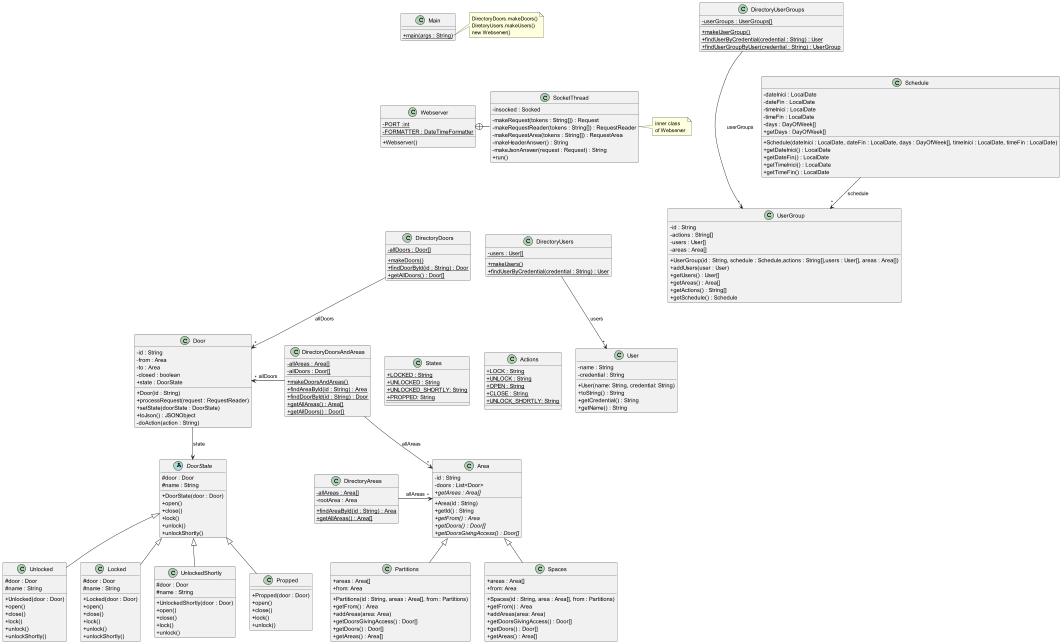
Above: out/production/acs/baseNoStates/uml/base_no_states.png in MC4MP02/ACS (PlantUML), before the change.
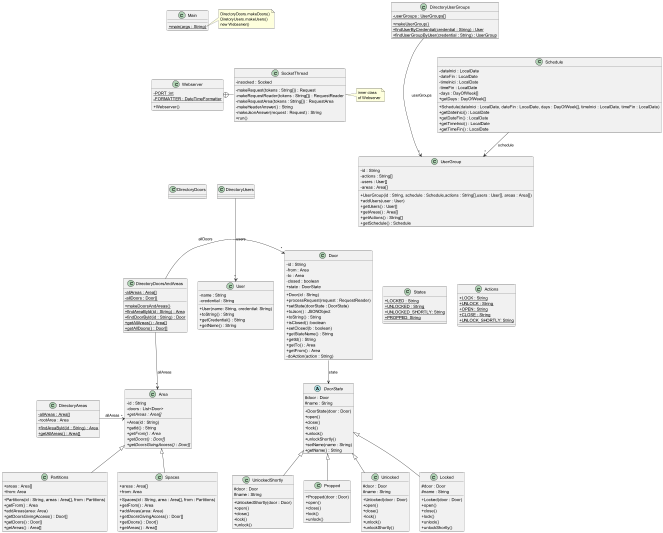
Later version of the same file.

What changed in the source:
```diff
@@ -23,21 +23,6 @@
 inner class
 of Webserver
 end note
-
-class DirectoryDoors {
-- {static} allDoors : Door[]
-+ {static} makeDoors()
-+ {static} findDoorById(id : String) : Door
-+ {static} getAllDoors() : Door[]
-}
-
-DirectoryDoors --> "*" Door : "allDoors"
-
-class DirectoryUsers {
-- {static} users : User[]
-+ {static} makeUsers()
-+ {static} findUserByCredential(credential : String) : User
-}
 
 class DirectoryUserGroups {
 - {static} userGroups : UserGroups[]
@@ -73,6 +58,13 @@
 + processRequest(request : RequestReader)
 + setState(doorState : DoorState)
 + toJson() : JSONObject
++ toString() : String
++ isClosed() :boolean
++ setClosed(b : boolean)
++ getStateName() : String
++ getId() : String
++ getTo() : Area
++ getFrom() : Area
 - doAction(action : String)
 }
 
@@ -85,6 +77,8 @@
 + lock()
 + unlock()
 + unlockShortly()
++ setName(name : String)
++ getName() : String
 }
 
 class Unlocked extends DoorState {
```
